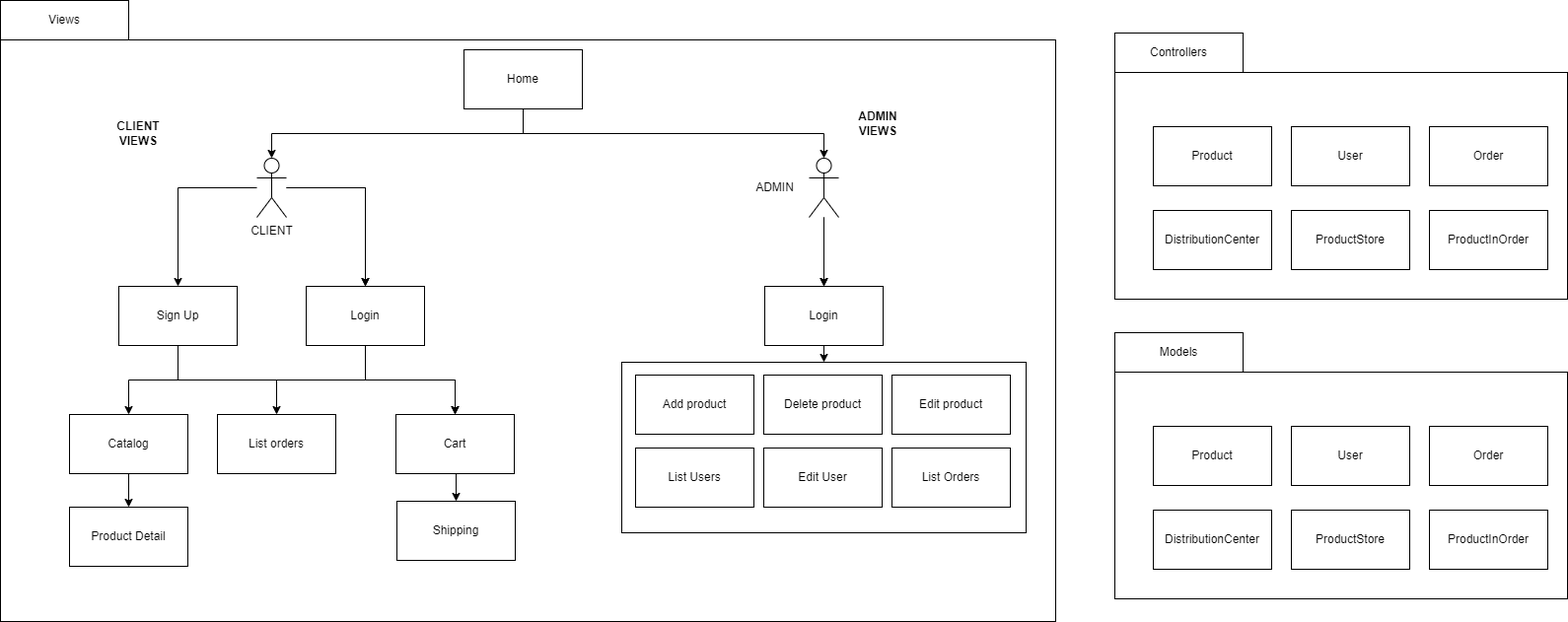
Earlier version of the draw.io export docs/images/05_2_Building_Block_View_Level_2.png (Arquisoft/dede_es3c). Source tidied: cells renumbered, new cells last; positions are measured from the earlier drawing's top-left corner, leaving out a move shared by most shapes. The source it was exported from:
```xml
<mxGraphModel>
  <root>
    <mxCell id="0" />
    <mxCell id="1" parent="0" />
    <mxCell id="2" style="rounded=0;whiteSpace=wrap;html=1;shadow=0;sketch=0;labelBackgroundColor=none;fontColor=default;fillColor=none;" parent="1" vertex="1">
      <mxGeometry y="40" width="1070" height="590" as="geometry" />
    </mxCell>
    <mxCell id="3" value="CLIENT VIEWS" style="text;html=1;strokeColor=none;fillColor=none;align=center;verticalAlign=middle;whiteSpace=wrap;rounded=0;shadow=0;sketch=0;fontStyle=1;" parent="1" vertex="1">
      <mxGeometry x="110" y="120" width="60" height="30" as="geometry" />
    </mxCell>
    <mxCell id="4" style="edgeStyle=orthogonalEdgeStyle;rounded=0;jettySize=auto;html=1;exitX=0.5;exitY=1;exitDx=0;exitDy=0;entryX=0.5;entryY=0;entryDx=0;entryDy=0;" parent="1" edge="1" target="6">
      <mxGeometry relative="1" as="geometry">
        <mxPoint x="462" y="480" as="sourcePoint" />
      </mxGeometry>
    </mxCell>
    <mxCell id="5" value="Cart" style="rounded=0;whiteSpace=wrap;html=1;shadow=0;sketch=0;" parent="1" vertex="1">
      <mxGeometry x="401" y="420" width="120" height="60" as="geometry" />
    </mxCell>
    <mxCell id="6" value="Shipping" style="rounded=0;whiteSpace=wrap;html=1;shadow=0;sketch=0;" parent="1" vertex="1">
      <mxGeometry x="402" y="508" width="120" height="60" as="geometry" />
    </mxCell>
    <mxCell id="7" style="edgeStyle=orthogonalEdgeStyle;rounded=0;jettySize=auto;html=1;exitX=0.5;exitY=1;exitDx=0;exitDy=0;entryX=0.5;entryY=0;entryDx=0;entryDy=0;" parent="1" edge="1" source="9" target="5">
      <mxGeometry relative="1" as="geometry" />
    </mxCell>
    <mxCell id="8" style="edgeStyle=orthogonalEdgeStyle;rounded=0;jettySize=auto;html=1;exitX=0.5;exitY=1;exitDx=0;exitDy=0;entryX=0.5;entryY=0;entryDx=0;entryDy=0;" parent="1" edge="1" source="9" target="35">
      <mxGeometry relative="1" as="geometry" />
    </mxCell>
    <mxCell id="9" value="Sign Up" style="rounded=0;whiteSpace=wrap;html=1;shadow=0;sketch=0;" parent="1" vertex="1">
      <mxGeometry x="120" y="290" width="120" height="60" as="geometry" />
    </mxCell>
    <mxCell id="10" style="edgeStyle=orthogonalEdgeStyle;rounded=0;jettySize=auto;html=1;exitX=0.5;exitY=1;exitDx=0;exitDy=0;entryX=0.5;entryY=0;entryDx=0;entryDy=0;" parent="1" edge="1" source="12" target="5">
      <mxGeometry relative="1" as="geometry" />
    </mxCell>
    <mxCell id="11" style="edgeStyle=orthogonalEdgeStyle;rounded=0;jettySize=auto;html=1;exitX=0.5;exitY=1;exitDx=0;exitDy=0;entryX=0.5;entryY=0;entryDx=0;entryDy=0;" parent="1" edge="1" source="12" target="19">
      <mxGeometry relative="1" as="geometry" />
    </mxCell>
    <mxCell id="12" value="Login" style="rounded=0;whiteSpace=wrap;html=1;shadow=0;sketch=0;" parent="1" vertex="1">
      <mxGeometry x="310" y="290" width="120" height="60" as="geometry" />
    </mxCell>
    <mxCell id="13" value="ADMIN VIEWS" style="text;html=1;strokeColor=none;fillColor=none;align=center;verticalAlign=middle;whiteSpace=wrap;rounded=0;shadow=0;sketch=0;fontStyle=1;" parent="1" vertex="1">
      <mxGeometry x="860" y="110" width="60" height="30" as="geometry" />
    </mxCell>
    <mxCell id="14" style="edgeStyle=orthogonalEdgeStyle;rounded=0;jettySize=auto;html=1;entryX=0.5;entryY=0;entryDx=0;entryDy=0;" parent="1" edge="1" source="17" target="9">
      <mxGeometry relative="1" as="geometry">
        <Array as="points">
          <mxPoint x="180" y="190" />
        </Array>
      </mxGeometry>
    </mxCell>
    <mxCell id="15" style="edgeStyle=orthogonalEdgeStyle;rounded=0;jettySize=auto;html=1;" parent="1" edge="1" source="17" target="12">
      <mxGeometry relative="1" as="geometry" />
    </mxCell>
    <mxCell id="16" style="edgeStyle=orthogonalEdgeStyle;rounded=0;jettySize=auto;html=1;" parent="1" edge="1" source="17" target="12">
      <mxGeometry relative="1" as="geometry" />
    </mxCell>
    <mxCell id="17" value="CLIENT" style="shape=umlActor;verticalLabelPosition=bottom;verticalAlign=top;html=1;outlineConnect=0;rounded=0;shadow=0;sketch=0;" parent="1" vertex="1">
      <mxGeometry x="260" y="160" width="30" height="60" as="geometry" />
    </mxCell>
    <mxCell id="18" style="edgeStyle=orthogonalEdgeStyle;rounded=0;jettySize=auto;html=1;exitX=0.5;exitY=1;exitDx=0;exitDy=0;entryX=0.5;entryY=0;entryDx=0;entryDy=0;" parent="1" edge="1" source="19" target="20">
      <mxGeometry relative="1" as="geometry" />
    </mxCell>
    <mxCell id="19" value="Catalog" style="rounded=0;whiteSpace=wrap;html=1;shadow=0;sketch=0;" parent="1" vertex="1">
      <mxGeometry x="70" y="420" width="120" height="60" as="geometry" />
    </mxCell>
    <mxCell id="20" value="Product Detail" style="rounded=0;whiteSpace=wrap;html=1;shadow=0;sketch=0;" parent="1" vertex="1">
      <mxGeometry x="70" y="514" width="120" height="60" as="geometry" />
    </mxCell>
    <mxCell id="21" style="edgeStyle=orthogonalEdgeStyle;rounded=0;jettySize=auto;html=1;" parent="1" edge="1" source="23" target="25">
      <mxGeometry relative="1" as="geometry" />
    </mxCell>
    <mxCell id="22" style="edgeStyle=orthogonalEdgeStyle;rounded=0;jettySize=auto;html=1;" parent="1" edge="1" source="23" target="25">
      <mxGeometry relative="1" as="geometry" />
    </mxCell>
    <mxCell id="23" style="shape=umlActor;verticalLabelPosition=bottom;verticalAlign=top;html=1;outlineConnect=0;rounded=0;shadow=0;sketch=0;align=center;" parent="1" vertex="1">
      <mxGeometry x="820" y="160" width="30" height="60" as="geometry" />
    </mxCell>
    <mxCell id="24" style="edgeStyle=orthogonalEdgeStyle;rounded=0;jettySize=auto;html=1;exitX=0.5;exitY=1;exitDx=0;exitDy=0;entryX=0.5;entryY=0;entryDx=0;entryDy=0;fontColor=default;" parent="1" edge="1" source="25" target="37">
      <mxGeometry relative="1" as="geometry" />
    </mxCell>
    <mxCell id="25" value="Login" style="rounded=0;whiteSpace=wrap;html=1;shadow=0;sketch=0;" parent="1" vertex="1">
      <mxGeometry x="775" y="290" width="120" height="60" as="geometry" />
    </mxCell>
    <mxCell id="26" value="ADMIN" style="text;html=1;align=center;verticalAlign=middle;strokeColor=none;fillColor=none;" parent="1" vertex="1">
      <mxGeometry x="760" y="180" width="50" height="20" as="geometry" />
    </mxCell>
    <mxCell id="27" value="Add product" style="rounded=0;whiteSpace=wrap;html=1;shadow=0;sketch=0;" parent="1" vertex="1">
      <mxGeometry x="644" y="380" width="120" height="60" as="geometry" />
    </mxCell>
    <mxCell id="28" value="Delete product" style="rounded=0;whiteSpace=wrap;html=1;shadow=0;sketch=0;" parent="1" vertex="1">
      <mxGeometry x="774" y="380" width="120" height="60" as="geometry" />
    </mxCell>
    <mxCell id="29" value="Edit product" style="rounded=0;whiteSpace=wrap;html=1;shadow=0;sketch=0;" parent="1" vertex="1">
      <mxGeometry x="904" y="380" width="120" height="60" as="geometry" />
    </mxCell>
    <mxCell id="30" value="Edit User" style="rounded=0;whiteSpace=wrap;html=1;shadow=0;sketch=0;" parent="1" vertex="1">
      <mxGeometry x="774" y="454" width="120" height="60" as="geometry" />
    </mxCell>
    <mxCell id="31" style="edgeStyle=orthogonalEdgeStyle;rounded=0;jettySize=auto;html=1;exitX=0.5;exitY=1;exitDx=0;exitDy=0;entryX=0.5;entryY=0;entryDx=0;entryDy=0;entryPerimeter=0;" parent="1" edge="1" source="33" target="17">
      <mxGeometry relative="1" as="geometry">
        <Array as="points">
          <mxPoint x="530" y="135" />
          <mxPoint x="275" y="135" />
        </Array>
      </mxGeometry>
    </mxCell>
    <mxCell id="32" style="edgeStyle=orthogonalEdgeStyle;rounded=0;jettySize=auto;html=1;exitX=0.5;exitY=1;exitDx=0;exitDy=0;entryX=0.5;entryY=0;entryDx=0;entryDy=0;entryPerimeter=0;" parent="1" edge="1" source="33" target="23">
      <mxGeometry relative="1" as="geometry" />
    </mxCell>
    <mxCell id="33" value="Home" style="rounded=0;whiteSpace=wrap;html=1;shadow=0;sketch=0;" parent="1" vertex="1">
      <mxGeometry x="470" y="50" width="120" height="60" as="geometry" />
    </mxCell>
    <mxCell id="34" value="List Orders" style="rounded=0;whiteSpace=wrap;html=1;shadow=0;sketch=0;" parent="1" vertex="1">
      <mxGeometry x="904" y="454" width="120" height="60" as="geometry" />
    </mxCell>
    <mxCell id="35" value="List orders" style="rounded=0;whiteSpace=wrap;html=1;shadow=0;sketch=0;" parent="1" vertex="1">
      <mxGeometry x="220" y="420" width="120" height="60" as="geometry" />
    </mxCell>
    <mxCell id="36" value="List Users" style="rounded=0;whiteSpace=wrap;html=1;shadow=0;sketch=0;" parent="1" vertex="1">
      <mxGeometry x="644" y="454" width="120" height="60" as="geometry" />
    </mxCell>
    <mxCell id="37" style="rounded=0;whiteSpace=wrap;html=1;shadow=0;sketch=0;labelBackgroundColor=none;fontColor=default;fillColor=none;" parent="1" vertex="1">
      <mxGeometry x="630" y="367" width="410" height="173" as="geometry" />
    </mxCell>
    <mxCell id="38" value="Views" style="rounded=0;whiteSpace=wrap;html=1;shadow=0;sketch=0;labelBackgroundColor=none;fontColor=default;fillColor=none;" parent="1" vertex="1">
      <mxGeometry width="130" height="40" as="geometry" />
    </mxCell>
    <mxCell id="39" style="rounded=0;whiteSpace=wrap;html=1;labelBackgroundColor=none;fontColor=default;fillColor=none;" parent="1" vertex="1">
      <mxGeometry x="1130" y="73" width="459" height="230" as="geometry" />
    </mxCell>
    <mxCell id="40" value="Controllers" style="rounded=0;whiteSpace=wrap;html=1;shadow=0;sketch=0;labelBackgroundColor=none;fontColor=default;fillColor=none;" parent="1" vertex="1">
      <mxGeometry x="1130" y="33" width="130" height="40" as="geometry" />
    </mxCell>
    <mxCell id="41" value="DistributionCenter" style="rounded=0;whiteSpace=wrap;html=1;shadow=0;sketch=0;" parent="1" vertex="1">
      <mxGeometry x="1169" y="213" width="120" height="60" as="geometry" />
    </mxCell>
    <mxCell id="42" value="Product" style="rounded=0;whiteSpace=wrap;html=1;shadow=0;sketch=0;" parent="1" vertex="1">
      <mxGeometry x="1169" y="128" width="120" height="60" as="geometry" />
    </mxCell>
    <mxCell id="43" value="ProductStore" style="rounded=0;whiteSpace=wrap;html=1;shadow=0;sketch=0;" parent="1" vertex="1">
      <mxGeometry x="1309" y="213" width="120" height="60" as="geometry" />
    </mxCell>
    <mxCell id="44" value="User" style="rounded=0;whiteSpace=wrap;html=1;shadow=0;sketch=0;" parent="1" vertex="1">
      <mxGeometry x="1309" y="128" width="120" height="60" as="geometry" />
    </mxCell>
    <mxCell id="45" value="Order" style="rounded=0;whiteSpace=wrap;html=1;shadow=0;sketch=0;" parent="1" vertex="1">
      <mxGeometry x="1449" y="128" width="120" height="60" as="geometry" />
    </mxCell>
    <mxCell id="46" style="rounded=0;whiteSpace=wrap;html=1;labelBackgroundColor=none;fontColor=default;fillColor=none;" parent="1" vertex="1">
      <mxGeometry x="1130" y="377" width="459" height="230" as="geometry" />
    </mxCell>
    <mxCell id="47" value="Models" style="rounded=0;whiteSpace=wrap;html=1;shadow=0;sketch=0;labelBackgroundColor=none;fontColor=default;fillColor=none;" parent="1" vertex="1">
      <mxGeometry x="1130" y="337" width="130" height="40" as="geometry" />
    </mxCell>
    <mxCell id="48" value="DistributionCenter" style="rounded=0;whiteSpace=wrap;html=1;shadow=0;sketch=0;" parent="1" vertex="1">
      <mxGeometry x="1169" y="517" width="120" height="60" as="geometry" />
    </mxCell>
    <mxCell id="49" value="Product" style="rounded=0;whiteSpace=wrap;html=1;shadow=0;sketch=0;" parent="1" vertex="1">
      <mxGeometry x="1169" y="432" width="120" height="60" as="geometry" />
    </mxCell>
    <mxCell id="50" value="ProductStore" style="rounded=0;whiteSpace=wrap;html=1;shadow=0;sketch=0;" parent="1" vertex="1">
      <mxGeometry x="1309" y="517" width="120" height="60" as="geometry" />
    </mxCell>
    <mxCell id="51" value="User" style="rounded=0;whiteSpace=wrap;html=1;shadow=0;sketch=0;" parent="1" vertex="1">
      <mxGeometry x="1309" y="432" width="120" height="60" as="geometry" />
    </mxCell>
    <mxCell id="52" value="Order" style="rounded=0;whiteSpace=wrap;html=1;shadow=0;sketch=0;" parent="1" vertex="1">
      <mxGeometry x="1449" y="432" width="120" height="60" as="geometry" />
    </mxCell>
    <mxCell id="53" value="ProductInOrder" style="rounded=0;whiteSpace=wrap;html=1;shadow=0;sketch=0;" parent="1" vertex="1">
      <mxGeometry x="1449" y="517" width="120" height="60" as="geometry" />
    </mxCell>
    <mxCell id="54" value="ProductInOrder" style="rounded=0;whiteSpace=wrap;html=1;shadow=0;sketch=0;" parent="1" vertex="1">
      <mxGeometry x="1449" y="213" width="120" height="60" as="geometry" />
    </mxCell>
  </root>
</mxGraphModel>
```
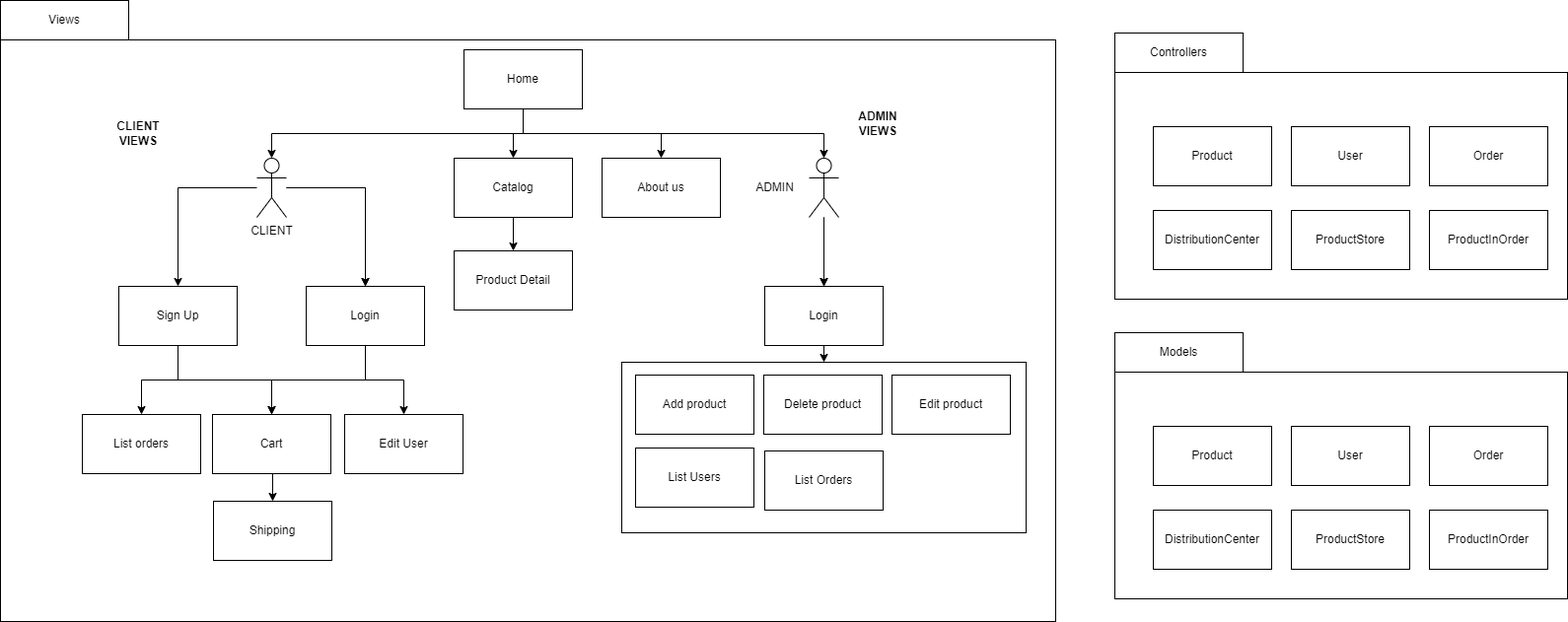
After the change.

Commit message:
Corregido diagrama 5.2

What changed in the source:
```diff
@@ -2,6 +2,9 @@
   <root>
     <mxCell id="0" />
     <mxCell id="1" parent="0" />
+    <mxCell id="37" style="rounded=0;whiteSpace=wrap;html=1;shadow=0;sketch=0;labelBackgroundColor=none;fontColor=default;fillColor=none;" parent="1" vertex="1">
+      <mxGeometry x="630" y="367" width="410" height="173" as="geometry" />
+    </mxCell>
     <mxCell id="2" style="rounded=0;whiteSpace=wrap;html=1;shadow=0;sketch=0;labelBackgroundColor=none;fontColor=default;fillColor=none;" parent="1" vertex="1">
       <mxGeometry y="40" width="1070" height="590" as="geometry" />
     </mxCell>
@@ -10,14 +13,14 @@
     </mxCell>
     <mxCell id="4" style="edgeStyle=orthogonalEdgeStyle;rounded=0;jettySize=auto;html=1;exitX=0.5;exitY=1;exitDx=0;exitDy=0;entryX=0.5;entryY=0;entryDx=0;entryDy=0;" parent="1" edge="1" target="6">
       <mxGeometry relative="1" as="geometry">
-        <mxPoint x="462" y="480" as="sourcePoint" />
+        <mxPoint x="276" y="480" as="sourcePoint" />
       </mxGeometry>
     </mxCell>
     <mxCell id="5" value="Cart" style="rounded=0;whiteSpace=wrap;html=1;shadow=0;sketch=0;" parent="1" vertex="1">
-      <mxGeometry x="401" y="420" width="120" height="60" as="geometry" />
+      <mxGeometry x="215" y="420" width="120" height="60" as="geometry" />
     </mxCell>
     <mxCell id="6" value="Shipping" style="rounded=0;whiteSpace=wrap;html=1;shadow=0;sketch=0;" parent="1" vertex="1">
-      <mxGeometry x="402" y="508" width="120" height="60" as="geometry" />
+      <mxGeometry x="216" y="508" width="120" height="60" as="geometry" />
     </mxCell>
     <mxCell id="7" style="edgeStyle=orthogonalEdgeStyle;rounded=0;jettySize=auto;html=1;exitX=0.5;exitY=1;exitDx=0;exitDy=0;entryX=0.5;entryY=0;entryDx=0;entryDy=0;" parent="1" edge="1" source="9" target="5">
       <mxGeometry relative="1" as="geometry" />
@@ -31,9 +34,6 @@
     <mxCell id="10" style="edgeStyle=orthogonalEdgeStyle;rounded=0;jettySize=auto;html=1;exitX=0.5;exitY=1;exitDx=0;exitDy=0;entryX=0.5;entryY=0;entryDx=0;entryDy=0;" parent="1" edge="1" source="12" target="5">
       <mxGeometry relative="1" as="geometry" />
     </mxCell>
-    <mxCell id="11" style="edgeStyle=orthogonalEdgeStyle;rounded=0;jettySize=auto;html=1;exitX=0.5;exitY=1;exitDx=0;exitDy=0;entryX=0.5;entryY=0;entryDx=0;entryDy=0;" parent="1" edge="1" source="12" target="19">
-      <mxGeometry relative="1" as="geometry" />
-    </mxCell>
     <mxCell id="12" value="Login" style="rounded=0;whiteSpace=wrap;html=1;shadow=0;sketch=0;" parent="1" vertex="1">
       <mxGeometry x="310" y="290" width="120" height="60" as="geometry" />
     </mxCell>
@@ -56,15 +56,6 @@
     <mxCell id="17" value="CLIENT" style="shape=umlActor;verticalLabelPosition=bottom;verticalAlign=top;html=1;outlineConnect=0;rounded=0;shadow=0;sketch=0;" parent="1" vertex="1">
       <mxGeometry x="260" y="160" width="30" height="60" as="geometry" />
     </mxCell>
-    <mxCell id="18" style="edgeStyle=orthogonalEdgeStyle;rounded=0;jettySize=auto;html=1;exitX=0.5;exitY=1;exitDx=0;exitDy=0;entryX=0.5;entryY=0;entryDx=0;entryDy=0;" parent="1" edge="1" source="19" target="20">
-      <mxGeometry relative="1" as="geometry" />
-    </mxCell>
-    <mxCell id="19" value="Catalog" style="rounded=0;whiteSpace=wrap;html=1;shadow=0;sketch=0;" parent="1" vertex="1">
-      <mxGeometry x="70" y="420" width="120" height="60" as="geometry" />
-    </mxCell>
-    <mxCell id="20" value="Product Detail" style="rounded=0;whiteSpace=wrap;html=1;shadow=0;sketch=0;" parent="1" vertex="1">
-      <mxGeometry x="70" y="514" width="120" height="60" as="geometry" />
-    </mxCell>
     <mxCell id="21" style="edgeStyle=orthogonalEdgeStyle;rounded=0;jettySize=auto;html=1;" parent="1" edge="1" source="23" target="25">
       <mxGeometry relative="1" as="geometry" />
     </mxCell>
@@ -93,7 +84,7 @@
       <mxGeometry x="904" y="380" width="120" height="60" as="geometry" />
     </mxCell>
     <mxCell id="30" value="Edit User" style="rounded=0;whiteSpace=wrap;html=1;shadow=0;sketch=0;" parent="1" vertex="1">
-      <mxGeometry x="774" y="454" width="120" height="60" as="geometry" />
+      <mxGeometry x="349" y="420" width="120" height="60" as="geometry" />
     </mxCell>
     <mxCell id="31" style="edgeStyle=orthogonalEdgeStyle;rounded=0;jettySize=auto;html=1;exitX=0.5;exitY=1;exitDx=0;exitDy=0;entryX=0.5;entryY=0;entryDx=0;entryDy=0;entryPerimeter=0;" parent="1" edge="1" source="33" target="17">
       <mxGeometry relative="1" as="geometry">
@@ -106,21 +97,24 @@
     <mxCell id="32" style="edgeStyle=orthogonalEdgeStyle;rounded=0;jettySize=auto;html=1;exitX=0.5;exitY=1;exitDx=0;exitDy=0;entryX=0.5;entryY=0;entryDx=0;entryDy=0;entryPerimeter=0;" parent="1" edge="1" source="33" target="23">
       <mxGeometry relative="1" as="geometry" />
     </mxCell>
+    <mxCell id="55" style="edgeStyle=orthogonalEdgeStyle;rounded=0;jettySize=auto;html=1;exitX=0.5;exitY=1;exitDx=0;exitDy=0;entryX=0.5;entryY=0;entryDx=0;entryDy=0;fontColor=default;" parent="1" edge="1" source="33" target="19">
+      <mxGeometry relative="1" as="geometry" />
+    </mxCell>
+    <mxCell id="56" style="edgeStyle=orthogonalEdgeStyle;rounded=0;jettySize=auto;html=1;exitX=0.5;exitY=1;exitDx=0;exitDy=0;entryX=0.5;entryY=0;entryDx=0;entryDy=0;fontColor=default;" parent="1" edge="1" source="33" target="58">
+      <mxGeometry relative="1" as="geometry" />
+    </mxCell>
     <mxCell id="33" value="Home" style="rounded=0;whiteSpace=wrap;html=1;shadow=0;sketch=0;" parent="1" vertex="1">
       <mxGeometry x="470" y="50" width="120" height="60" as="geometry" />
     </mxCell>
     <mxCell id="34" value="List Orders" style="rounded=0;whiteSpace=wrap;html=1;shadow=0;sketch=0;" parent="1" vertex="1">
-      <mxGeometry x="904" y="454" width="120" height="60" as="geometry" />
+      <mxGeometry x="775" y="457" width="120" height="60" as="geometry" />
     </mxCell>
     <mxCell id="35" value="List orders" style="rounded=0;whiteSpace=wrap;html=1;shadow=0;sketch=0;" parent="1" vertex="1">
-      <mxGeometry x="220" y="420" width="120" height="60" as="geometry" />
+      <mxGeometry x="83" y="420" width="120" height="60" as="geometry" />
     </mxCell>
     <mxCell id="36" value="List Users" style="rounded=0;whiteSpace=wrap;html=1;shadow=0;sketch=0;" parent="1" vertex="1">
       <mxGeometry x="644" y="454" width="120" height="60" as="geometry" />
     </mxCell>
-    <mxCell id="37" style="rounded=0;whiteSpace=wrap;html=1;shadow=0;sketch=0;labelBackgroundColor=none;fontColor=default;fillColor=none;" parent="1" vertex="1">
-      <mxGeometry x="630" y="367" width="410" height="173" as="geometry" />
-    </mxCell>
     <mxCell id="38" value="Views" style="rounded=0;whiteSpace=wrap;html=1;shadow=0;sketch=0;labelBackgroundColor=none;fontColor=default;fillColor=none;" parent="1" vertex="1">
       <mxGeometry width="130" height="40" as="geometry" />
     </mxCell>
@@ -172,5 +166,20 @@
     <mxCell id="54" value="ProductInOrder" style="rounded=0;whiteSpace=wrap;html=1;shadow=0;sketch=0;" parent="1" vertex="1">
       <mxGeometry x="1449" y="213" width="120" height="60" as="geometry" />
     </mxCell>
+    <mxCell id="57" style="edgeStyle=orthogonalEdgeStyle;rounded=0;jettySize=auto;html=1;exitX=0.5;exitY=1;exitDx=0;exitDy=0;entryX=0.5;entryY=0;entryDx=0;entryDy=0;" parent="1" edge="1" source="12" target="30">
+      <mxGeometry relative="1" as="geometry" />
+    </mxCell>
+    <mxCell id="58" value="About us" style="rounded=0;whiteSpace=wrap;html=1;shadow=0;sketch=0;" parent="1" vertex="1">
+      <mxGeometry x="610" y="160" width="120" height="60" as="geometry" />
+    </mxCell>
+    <mxCell id="18" style="edgeStyle=orthogonalEdgeStyle;rounded=0;jettySize=auto;html=1;exitX=0.5;exitY=1;exitDx=0;exitDy=0;entryX=0.5;entryY=0;entryDx=0;entryDy=0;" parent="1" edge="1" source="19" target="20">
+      <mxGeometry relative="1" as="geometry" />
+    </mxCell>
+    <mxCell id="19" value="Catalog" style="rounded=0;whiteSpace=wrap;html=1;shadow=0;sketch=0;" parent="1" vertex="1">
+      <mxGeometry x="460" y="160" width="120" height="60" as="geometry" />
+    </mxCell>
+    <mxCell id="20" value="Product Detail" style="rounded=0;whiteSpace=wrap;html=1;shadow=0;sketch=0;" parent="1" vertex="1">
+      <mxGeometry x="460" y="254" width="120" height="60" as="geometry" />
+    </mxCell>
   </root>
 </mxGraphModel>
```
